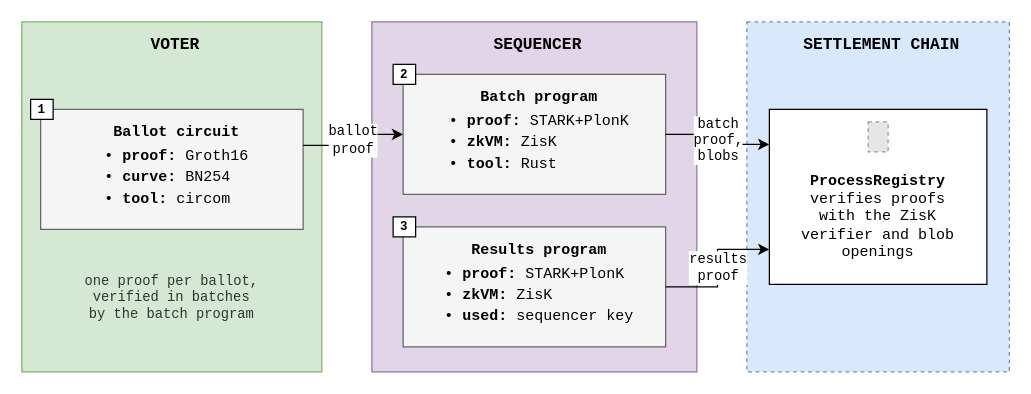
Before: v2/figures/circuits-flow.drawio in vocdoni/davinci-paper, a draw.io diagram. Source tidied: cells renumbered, new cells numbered last; positions are measured from the earlier drawing's top-left corner, leaving out a move shared by most shapes. Both pictures are drawn from the tidied source at 125%, with x=0, y=0 at pixel (21, 21). Pictures stored in the file or linked from it are replaced by grey dashed boxes.
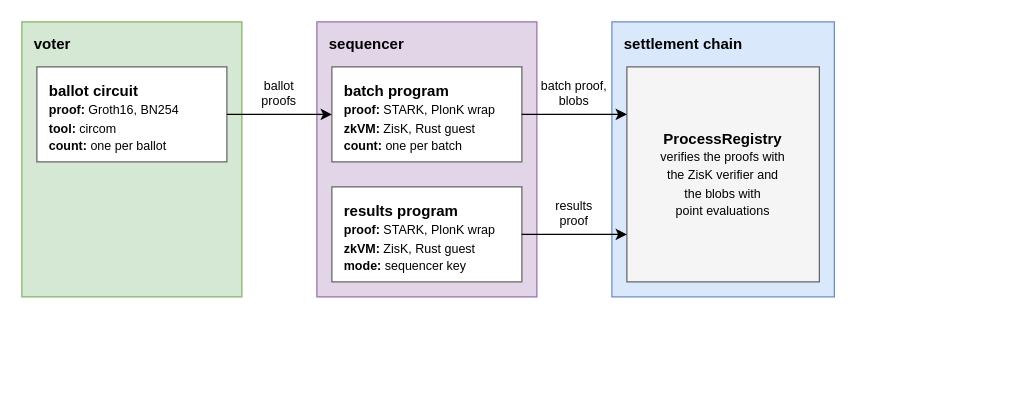
After the change.

Change to the diagram source:
```diff
@@
 <mxGraphModel>
   <root>
     <mxCell id="0" />
     <mxCell id="1" parent="0" />
-    <mxCell id="2" value="VOTER" style="rounded=0;whiteSpace=wrap;html=1;fontSize=13;fillColor=#d5e8d4;strokeColor=#82b366;fontFamily=Courier New;verticalAlign=top;align=center;spacingTop=4;spacingLeft=6;fontStyle=1;" parent="1" vertex="1">
-      <mxGeometry width="240" height="280" as="geometry" />
+    <mxCell id="2" value="voter" style="rounded=0;whiteSpace=wrap;html=1;fontSize=12;fillColor=#d5e8d4;strokeColor=#82b366;fontFamily=Helvetica;verticalAlign=top;align=left;spacingTop=4;spacingLeft=8;fontStyle=1;" parent="1" vertex="1">
+      <mxGeometry width="176" height="220" as="geometry" />
     </mxCell>
-    <mxCell id="3" value="SEQUENCER" style="rounded=0;whiteSpace=wrap;html=1;fontSize=13;fillColor=#e1d5e7;strokeColor=#9673a6;fontFamily=Courier New;verticalAlign=top;align=center;spacingTop=4;spacingLeft=6;fontStyle=1;" parent="1" vertex="1">
-      <mxGeometry x="280" width="260" height="280" as="geometry" />
+    <mxCell id="3" value="sequencer" style="rounded=0;whiteSpace=wrap;html=1;fontSize=12;fillColor=#e1d5e7;strokeColor=#9673a6;fontFamily=Helvetica;verticalAlign=top;align=left;spacingTop=4;spacingLeft=8;fontStyle=1;" parent="1" vertex="1">
+      <mxGeometry x="236" width="176" height="220" as="geometry" />
     </mxCell>
-    <mxCell id="4" value="SETTLEMENT CHAIN" style="rounded=0;whiteSpace=wrap;html=1;fontSize=13;fillColor=#dae8fc;strokeColor=#6c8ebf;fontFamily=Courier New;verticalAlign=top;align=center;spacingTop=4;spacingLeft=6;fontStyle=1;dashed=1;" parent="1" vertex="1">
-      <mxGeometry x="580" width="210" height="280" as="geometry" />
+    <mxCell id="4" value="settlement chain" style="rounded=0;whiteSpace=wrap;html=1;fontSize=12;fillColor=#dae8fc;strokeColor=#6c8ebf;fontFamily=Helvetica;verticalAlign=top;align=left;spacingTop=4;spacingLeft=8;fontStyle=1;" parent="1" vertex="1">
+      <mxGeometry x="472" width="178" height="220" as="geometry" />
     </mxCell>
-    <mxCell id="5" value="&lt;b&gt;Ballot circuit&lt;/b&gt;&lt;br&gt;&lt;div style='text-align:left;margin-top:4px;line-height:1.4'&gt;&amp;bull; &lt;b&gt;proof:&lt;/b&gt; Groth16&lt;br&gt;&amp;bull; &lt;b&gt;curve:&lt;/b&gt; BN254&lt;br&gt;&amp;bull; &lt;b&gt;tool:&lt;/b&gt; circom&lt;/div&gt;" style="rounded=0;whiteSpace=wrap;html=1;fontSize=12;fillColor=#f5f5f5;strokeColor=#666666;fontFamily=Courier New;align=center;verticalAlign=top;spacingTop=5;spacingLeft=8;" parent="1" vertex="1">
-      <mxGeometry x="15" y="70" width="210" height="96" as="geometry" />
+    <mxCell id="5" value="&lt;b&gt;ballot circuit&lt;/b&gt;&lt;br&gt;&lt;font style=&quot;font-size:10px&quot;&gt;&lt;b&gt;proof:&lt;/b&gt; Groth16, BN254&lt;br&gt;&lt;b&gt;tool:&lt;/b&gt; circom&lt;br&gt;&lt;b&gt;count:&lt;/b&gt; one per ballot&lt;/font&gt;" style="rounded=0;whiteSpace=wrap;html=1;fontSize=12;fillColor=#ffffff;strokeColor=#666666;strokeWidth=1;fontFamily=Helvetica;align=left;verticalAlign=top;spacingLeft=6;spacingRight=6;spacingTop=2;spacingBottom=2;spacingTop=6;spacingLeft=8;" parent="1" vertex="1">
+      <mxGeometry x="12" y="36" width="152" height="76" as="geometry" />
     </mxCell>
-    <mxCell id="6" value="1" style="rounded=0;whiteSpace=wrap;html=1;fontSize=10;fillColor=#ffffff;strokeColor=#000000;fontStyle=1;fontFamily=Courier New;" parent="1" vertex="1">
-      <mxGeometry x="7" y="62" width="18" height="16" as="geometry" />
+    <mxCell id="6" value="&lt;b&gt;batch program&lt;/b&gt;&lt;br&gt;&lt;font style=&quot;font-size:10px&quot;&gt;&lt;b&gt;proof:&lt;/b&gt; STARK, PlonK wrap&lt;br&gt;&lt;b&gt;zkVM:&lt;/b&gt; ZisK, Rust guest&lt;br&gt;&lt;b&gt;count:&lt;/b&gt; one per batch&lt;/font&gt;" style="rounded=0;whiteSpace=wrap;html=1;fontSize=12;fillColor=#ffffff;strokeColor=#666666;strokeWidth=1;fontFamily=Helvetica;align=left;verticalAlign=top;spacingLeft=6;spacingRight=6;spacingTop=2;spacingBottom=2;spacingTop=6;spacingLeft=8;" parent="1" vertex="1">
+      <mxGeometry x="248" y="36" width="152" height="76" as="geometry" />
     </mxCell>
-    <mxCell id="7" value="&lt;b&gt;Batch program&lt;/b&gt;&lt;br&gt;&lt;div style='text-align:left;margin-top:4px;line-height:1.4'&gt;&amp;bull; &lt;b&gt;proof:&lt;/b&gt; STARK+PlonK&lt;br&gt;&amp;bull; &lt;b&gt;zkVM:&lt;/b&gt; ZisK&lt;br&gt;&amp;bull; &lt;b&gt;tool:&lt;/b&gt; Rust&lt;/div&gt;" style="rounded=0;whiteSpace=wrap;html=1;fontSize=12;fillColor=#f5f5f5;strokeColor=#666666;fontFamily=Courier New;align=center;verticalAlign=top;spacingTop=5;spacingLeft=8;" parent="1" vertex="1">
-      <mxGeometry x="305" y="42" width="210" height="96" as="geometry" />
+    <mxCell id="7" value="&lt;b&gt;results program&lt;/b&gt;&lt;br&gt;&lt;font style=&quot;font-size:10px&quot;&gt;&lt;b&gt;proof:&lt;/b&gt; STARK, PlonK wrap&lt;br&gt;&lt;b&gt;zkVM:&lt;/b&gt; ZisK, Rust guest&lt;br&gt;&lt;b&gt;mode:&lt;/b&gt; sequencer key&lt;/font&gt;" style="rounded=0;whiteSpace=wrap;html=1;fontSize=12;fillColor=#ffffff;strokeColor=#666666;strokeWidth=1;fontFamily=Helvetica;align=left;verticalAlign=top;spacingLeft=6;spacingRight=6;spacingTop=2;spacingBottom=2;spacingTop=6;spacingLeft=8;" parent="1" vertex="1">
+      <mxGeometry x="248" y="132" width="152" height="76" as="geometry" />
     </mxCell>
-    <mxCell id="8" value="2" style="rounded=0;whiteSpace=wrap;html=1;fontSize=10;fillColor=#ffffff;strokeColor=#000000;fontStyle=1;fontFamily=Courier New;" parent="1" vertex="1">
-      <mxGeometry x="297" y="34" width="18" height="16" as="geometry" />
+    <mxCell id="8" value="&lt;b&gt;ProcessRegistry&lt;/b&gt;&lt;br&gt;&lt;font style=&quot;font-size:10px&quot;&gt;verifies the proofs with&lt;br&gt;the ZisK verifier and&lt;br&gt;the blobs with&lt;br&gt;point evaluations&lt;/font&gt;" style="rounded=0;whiteSpace=wrap;html=1;fontSize=12;fillColor=#f5f5f5;strokeColor=#666666;strokeWidth=1;fontFamily=Helvetica;align=center;verticalAlign=middle;spacingLeft=6;spacingRight=6;spacingTop=2;spacingBottom=2;" parent="1" vertex="1">
+      <mxGeometry x="484" y="36" width="154" height="172" as="geometry" />
     </mxCell>
-    <mxCell id="9" value="&lt;b&gt;Results program&lt;/b&gt;&lt;br&gt;&lt;div style='text-align:left;margin-top:4px;line-height:1.4'&gt;&amp;bull; &lt;b&gt;proof:&lt;/b&gt; STARK+PlonK&lt;br&gt;&amp;bull; &lt;b&gt;zkVM:&lt;/b&gt; ZisK&lt;br&gt;&amp;bull; &lt;b&gt;used:&lt;/b&gt; sequencer key&lt;/div&gt;" style="rounded=0;whiteSpace=wrap;html=1;fontSize=12;fillColor=#f5f5f5;strokeColor=#666666;fontFamily=Courier New;align=center;verticalAlign=top;spacingTop=5;spacingLeft=8;" parent="1" vertex="1">
-      <mxGeometry x="305" y="164" width="210" height="96" as="geometry" />
+    <mxCell id="9" style="edgeStyle=orthogonalEdgeStyle;rounded=0;html=1;endArrow=classic;startArrow=none;endSize=6;startSize=6;fontSize=10;fontFamily=Helvetica;strokeColor=#000000;strokeWidth=1;labelBackgroundColor=#ffffff;exitX=1;exitY=0.5;exitDx=0;exitDy=0;entryX=0;entryY=0.5;entryDx=0;entryDy=0;" parent="1" edge="1" source="5" target="6">
+      <mxGeometry relative="1" as="geometry" />
     </mxCell>
-    <mxCell id="10" value="3" style="rounded=0;whiteSpace=wrap;html=1;fontSize=10;fillColor=#ffffff;strokeColor=#000000;fontStyle=1;fontFamily=Courier New;" parent="1" vertex="1">
-      <mxGeometry x="297" y="156" width="18" height="16" as="geometry" />
+    <mxCell id="10" value="ballot&lt;br&gt;proofs" style="text;html=1;whiteSpace=wrap;fontSize=10;fontFamily=Helvetica;align=center;verticalAlign=middle;fontColor=#000000;spacing=0;" parent="1" vertex="1">
+      <mxGeometry x="164" y="44" width="84" height="26" as="geometry" />
     </mxCell>
-    <mxCell id="11" style="rounded=0;whiteSpace=wrap;html=1;fontSize=11;fillColor=#ffffff;strokeColor=#000000;fontFamily=Courier New;align=center;verticalAlign=middle;" parent="1" vertex="1">
-      <mxGeometry x="598" y="70" width="174" height="140" as="geometry" />
+    <mxCell id="11" style="edgeStyle=orthogonalEdgeStyle;rounded=0;html=1;endArrow=classic;startArrow=none;endSize=6;startSize=6;fontSize=10;fontFamily=Helvetica;strokeColor=#000000;strokeWidth=1;labelBackgroundColor=#ffffff;exitX=1;exitY=0.5;exitDx=0;exitDy=0;entryX=0;entryY=0.2209;entryDx=0;entryDy=0;" parent="1" edge="1" source="6" target="8">
+      <mxGeometry relative="1" as="geometry" />
     </mxCell>
-    <mxCell id="12" style="fillColor=#E6E6E6;strokeColor=#999999;dashed=1;html=1;verticalLabelPosition=bottom;verticalAlign=top;labelBackgroundColor=none;fontSize=11;fontFamily=Courier New;" parent="1" vertex="1">
-      <mxGeometry x="677" y="80" width="16" height="24" as="geometry" />
+    <mxCell id="12" value="batch proof,&lt;br&gt;blobs" style="text;html=1;whiteSpace=wrap;fontSize=10;fontFamily=Helvetica;align=center;verticalAlign=middle;fontColor=#000000;spacing=0;" parent="1" vertex="1">
+      <mxGeometry x="400" y="44" width="84" height="26" as="geometry" />
     </mxCell>
-    <mxCell id="13" value="&lt;b&gt;ProcessRegistry&lt;/b&gt;&lt;br&gt;verifies proofs&lt;br&gt;with the ZisK&lt;br&gt;verifier and blob&lt;br&gt;openings" style="text;html=1;whiteSpace=wrap;fontSize=12;fontFamily=Courier New;align=center;verticalAlign=middle;fontColor=#000000;" parent="1" vertex="1">
-      <mxGeometry x="598" y="106" width="174" height="100" as="geometry" />
+    <mxCell id="13" style="edgeStyle=orthogonalEdgeStyle;rounded=0;html=1;endArrow=classic;startArrow=none;endSize=6;startSize=6;fontSize=10;fontFamily=Helvetica;strokeColor=#000000;strokeWidth=1;labelBackgroundColor=#ffffff;exitX=1;exitY=0.5;exitDx=0;exitDy=0;entryX=0;entryY=0.7791;entryDx=0;entryDy=0;" parent="1" edge="1" source="7" target="8">
+      <mxGeometry relative="1" as="geometry" />
     </mxCell>
-    <mxCell id="14" value="ballot&lt;br&gt;proof" style="edgeStyle=orthogonalEdgeStyle;rounded=0;html=1;endArrow=classic;startArrow=none;endSize=6;startSize=6;fontSize=11;fontFamily=Courier New;strokeColor=#000000;strokeWidth=1;labelBackgroundColor=#ffffff;exitX=1;exitY=0.3;exitDx=0;exitDy=0;entryX=0;entryY=0.5;entryDx=0;entryDy=0;" parent="1" edge="1" source="5" target="7">
-      <mxGeometry relative="1" as="geometry" />
+    <mxCell id="14" value="results&lt;br&gt;proof" style="text;html=1;whiteSpace=wrap;fontSize=10;fontFamily=Helvetica;align=center;verticalAlign=middle;fontColor=#000000;spacing=0;" parent="1" vertex="1">
+      <mxGeometry x="400" y="140" width="84" height="26" as="geometry" />
     </mxCell>
-    <mxCell id="15" value="batch&lt;br&gt;proof,&lt;br&gt;blobs" style="edgeStyle=orthogonalEdgeStyle;rounded=0;html=1;endArrow=classic;startArrow=none;endSize=6;startSize=6;fontSize=11;fontFamily=Courier New;strokeColor=#000000;strokeWidth=1;labelBackgroundColor=#ffffff;exitX=1;exitY=0.5;exitDx=0;exitDy=0;entryX=0;entryY=0.2;entryDx=0;entryDy=0;" parent="1" edge="1" source="7" target="11">
-      <mxGeometry relative="1" as="geometry" />
-    </mxCell>
-    <mxCell id="16" value="results&lt;br&gt;proof" style="edgeStyle=orthogonalEdgeStyle;rounded=0;html=1;endArrow=classic;startArrow=none;endSize=6;startSize=6;fontSize=11;fontFamily=Courier New;strokeColor=#000000;strokeWidth=1;labelBackgroundColor=#ffffff;exitX=1;exitY=0.5;exitDx=0;exitDy=0;entryX=0;entryY=0.8;entryDx=0;entryDy=0;" parent="1" edge="1" source="9" target="11">
-      <mxGeometry relative="1" as="geometry" />
-    </mxCell>
-    <mxCell id="17" value="one proof per ballot,&lt;br&gt;verified in batches&lt;br&gt;by the batch program" style="text;html=1;whiteSpace=wrap;fontSize=11;fontFamily=Courier New;align=center;verticalAlign=middle;fontColor=#333333;" parent="1" vertex="1">
-      <mxGeometry x="15" y="186" width="210" height="70" as="geometry" />
-    </mxCell>
   </root>
 </mxGraphModel>
```
